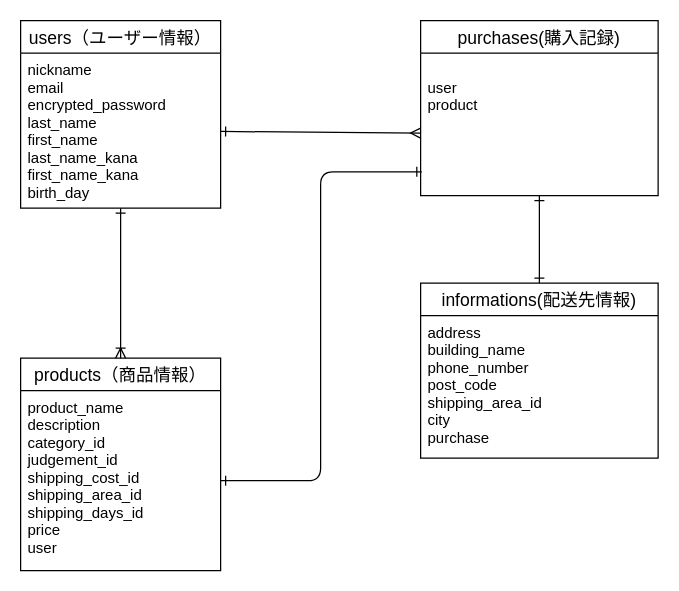
The draw.io diagram furimaDB.dio in Taketai/furima-35685, before the edit. Source tidied: cells renumbered, new cells numbered last; positions are measured from the earlier drawing's top-left corner, leaving out a move shared by most shapes. Both pictures are drawn from the tidied source at 125%, with x=0, y=0 at pixel (20, 20).
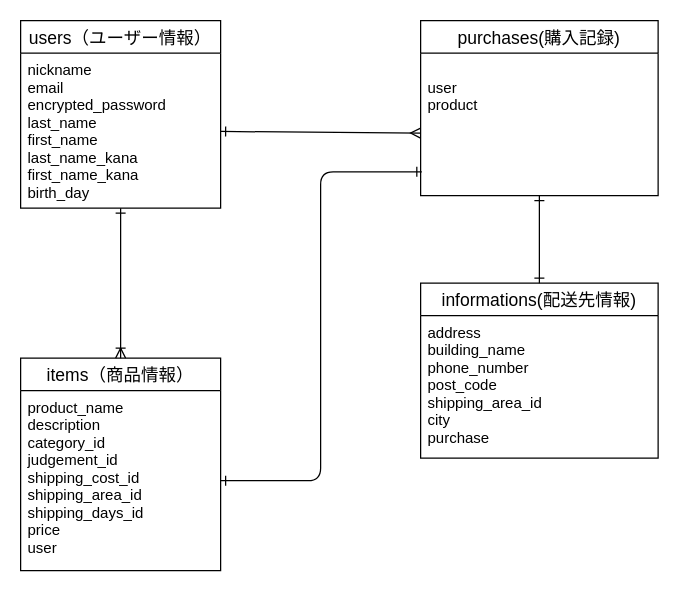
After the change.

What changed in the source:
```diff
@@
 <mxGraphModel>
   <root>
     <mxCell id="0" />
     <mxCell id="1" parent="0" />
     <mxCell id="2" value="users（ユーザー情報）" style="swimlane;fontStyle=0;horizontal=1;startSize=26;align=center;fontSize=14;" parent="1" vertex="1">
       <mxGeometry width="160" height="150" as="geometry" />
     </mxCell>
     <mxCell id="3" value="nickname&#10;email&#10;encrypted_password&#10;last_name&#10;first_name&#10;last_name_kana&#10;first_name_kana&#10;birth_day&#10;" style="text;strokeColor=none;fillColor=none;spacingLeft=4;spacingRight=4;overflow=hidden;points=[[0,0.5],[1,0.5]];portConstraint=eastwest;fontSize=12;" parent="2" vertex="1">
       <mxGeometry y="26" width="160" height="124" as="geometry" />
     </mxCell>
     <mxCell id="4" value="purchases(購入記録)" style="swimlane;fontStyle=0;horizontal=1;startSize=26;align=center;fontSize=14;" parent="1" vertex="1">
       <mxGeometry x="320" width="190" height="140" as="geometry" />
     </mxCell>
     <mxCell id="5" value="&#10;user&#10;product" style="text;strokeColor=none;fillColor=none;spacingLeft=4;spacingRight=4;overflow=hidden;points=[[0,0.5],[1,0.5]];portConstraint=eastwest;fontSize=12;" parent="4" vertex="1">
       <mxGeometry y="26" width="190" height="114" as="geometry" />
     </mxCell>
-    <mxCell id="6" value="products（商品情報）" style="swimlane;fontStyle=0;horizontal=1;startSize=26;align=center;fontSize=14;" parent="1" vertex="1">
+    <mxCell id="6" value="items（商品情報）" style="swimlane;fontStyle=0;horizontal=1;startSize=26;align=center;fontSize=14;" parent="1" vertex="1">
       <mxGeometry y="270" width="160" height="170" as="geometry" />
     </mxCell>
     <mxCell id="7" value="product_name&#10;description&#10;category_id&#10;judgement_id&#10;shipping_cost_id&#10;shipping_area_id&#10;shipping_days_id&#10;price&#10;user" style="text;strokeColor=none;fillColor=none;spacingLeft=4;spacingRight=4;overflow=hidden;points=[[0,0.5],[1,0.5]];portConstraint=eastwest;fontSize=12;" parent="6" vertex="1">
       <mxGeometry y="26" width="160" height="144" as="geometry" />
     </mxCell>
     <mxCell id="8" style="fontSize=12;html=1;endArrow=ERoneToMany;entryX=0.5;entryY=0;entryDx=0;entryDy=0;startArrow=ERone;startFill=0;" parent="1" edge="1" source="3" target="6">
       <mxGeometry relative="1" as="geometry" />
     </mxCell>
     <mxCell id="9" style="fontSize=12;html=1;endArrow=ERmany;startArrow=ERone;startFill=0;endFill=0;" parent="1" edge="1" source="3">
       <mxGeometry relative="1" as="geometry">
         <mxPoint x="320" y="90" as="targetPoint" />
       </mxGeometry>
     </mxCell>
     <mxCell id="10" value="informations(配送先情報)" style="swimlane;fontStyle=0;horizontal=1;startSize=26;align=center;fontSize=14;" parent="1" vertex="1">
       <mxGeometry x="320" y="210" width="190" height="140" as="geometry" />
     </mxCell>
     <mxCell id="11" value="address&#10;building_name&#10;phone_number&#10;post_code&#10;shipping_area_id&#10;city&#10;purchase" style="text;strokeColor=none;fillColor=none;spacingLeft=4;spacingRight=4;overflow=hidden;fontSize=12;" parent="10" vertex="1">
       <mxGeometry y="26" width="190" height="114" as="geometry" />
     </mxCell>
     <mxCell id="12" style="fontSize=12;html=1;endArrow=ERone;endFill=1;startArrow=ERone;startFill=0;" parent="1" edge="1" source="10">
       <mxGeometry relative="1" as="geometry">
         <mxPoint x="415" y="140" as="targetPoint" />
       </mxGeometry>
     </mxCell>
     <mxCell id="13" style="fontSize=12;html=1;endArrow=ERone;startArrow=ERone;edgeStyle=orthogonalEdgeStyle;entryX=0.005;entryY=0.833;entryDx=0;entryDy=0;entryPerimeter=0;startFill=0;endFill=0;" parent="1" edge="1" source="7" target="5">
       <mxGeometry relative="1" as="geometry" />
     </mxCell>
   </root>
 </mxGraphModel>
```
